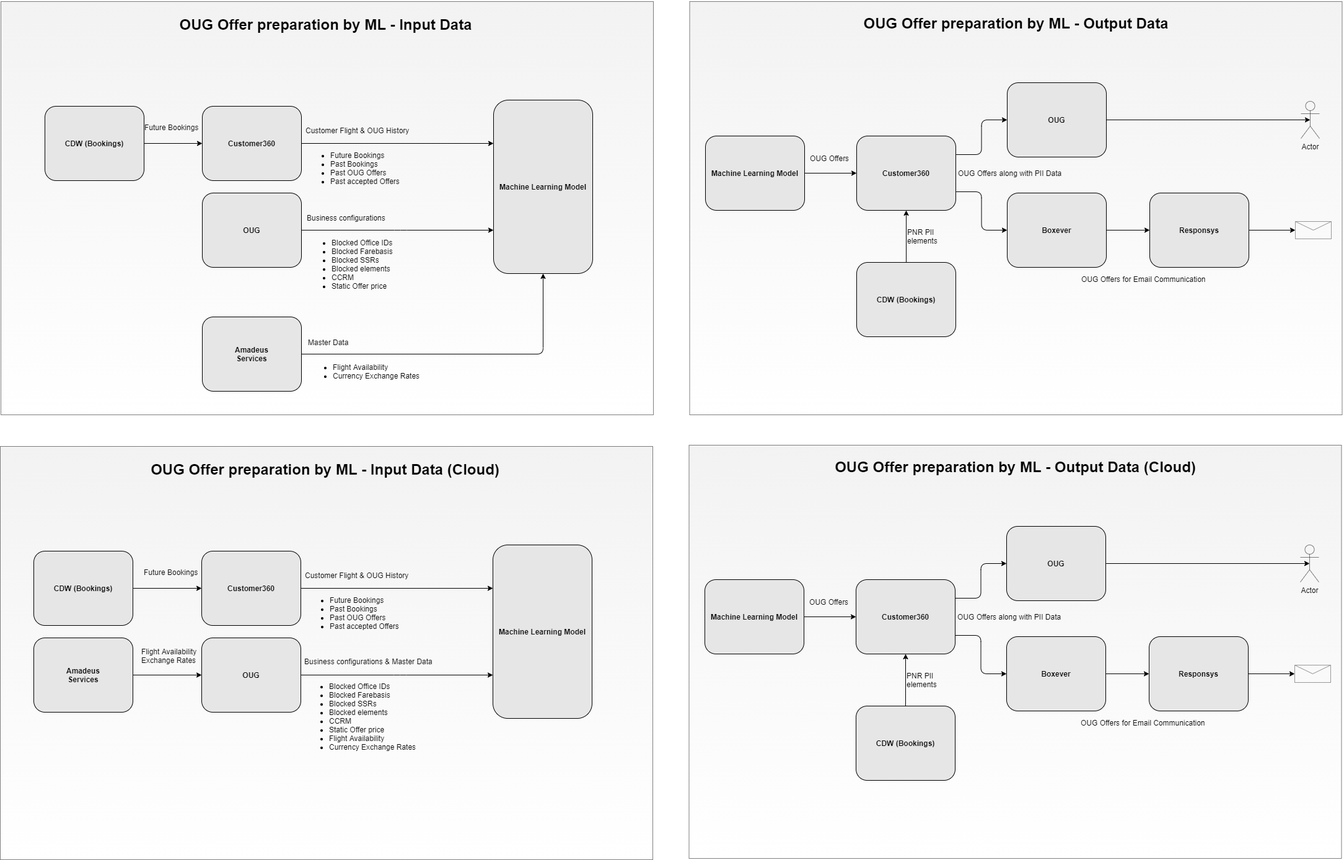
Earlier version of the draw.io export OUG ML.drawio.png (NarendraGangineni/mycode). Source tidied: cells renumbered, new cells last; positions are measured from the earlier drawing's top-left corner, leaving out a move shared by most shapes.
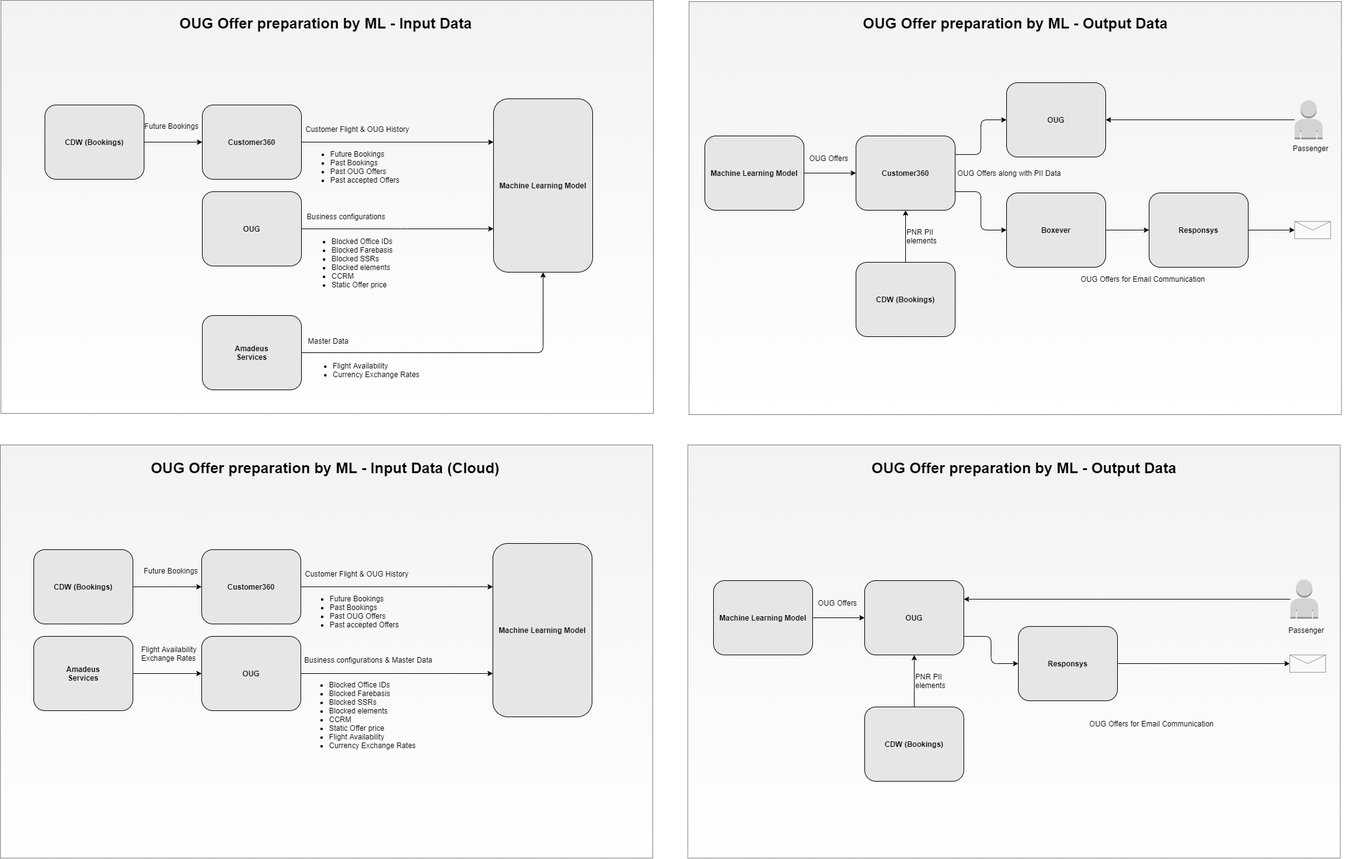
The same diagram one commit later.

Change to the diagram source:
```diff
@@ -3,7 +3,7 @@
     <mxCell id="0" />
     <mxCell id="1" parent="0" />
     <mxCell id="2" style="group;" parent="1" vertex="1">
-      <mxGeometry x="1115" width="1053" height="667" as="geometry" />
+      <mxGeometry x="1114" y="2" width="1053" height="667" as="geometry" />
     </mxCell>
     <mxCell id="3" style="rounded=0;whiteSpace=wrap;html=1;strokeColor=default;fillColor=#E6E6E6;align=left;gradientColor=#ffffff;glass=0;sketch=0;shadow=0;opacity=50;" parent="2" vertex="1">
       <mxGeometry x="-2.5" y="2" width="1053" height="667" as="geometry" />
@@ -23,7 +23,7 @@
     <mxCell id="8" value="&lt;b&gt;Customer360&lt;/b&gt;" style="rounded=1;whiteSpace=wrap;html=1;strokeColor=default;fillColor=#E6E6E6;" parent="2" vertex="1">
       <mxGeometry x="267" y="219" width="160" height="120" as="geometry" />
     </mxCell>
-    <mxCell id="9" style="edgeStyle=orthogonalEdgeStyle;rounded=1;jettySize=auto;html=1;entryX=0.5;entryY=0.5;entryDx=0;entryDy=0;entryPerimeter=0;startArrow=none;startFill=0;strokeWidth=1;fillColor=none;exitX=1;exitY=0.5;exitDx=0;exitDy=0;" parent="2" edge="1" source="10" target="19">
+    <mxCell id="9" style="edgeStyle=orthogonalEdgeStyle;rounded=1;jettySize=auto;html=1;startArrow=classic;startFill=1;strokeWidth=1;fillColor=none;exitX=1;exitY=0.5;exitDx=0;exitDy=0;endArrow=none;endFill=0;" parent="2" edge="1" source="10" target="79">
       <mxGeometry relative="1" as="geometry" />
     </mxCell>
     <mxCell id="10" value="&lt;b&gt;OUG&lt;/b&gt;" style="rounded=1;whiteSpace=wrap;html=1;strokeColor=default;fillColor=#E6E6E6;" parent="2" vertex="1">
@@ -53,9 +53,6 @@
     <mxCell id="18" value="&lt;b&gt;Responsys&lt;/b&gt;" style="rounded=1;whiteSpace=wrap;html=1;strokeColor=default;fillColor=#E6E6E6;" parent="2" vertex="1">
       <mxGeometry x="740" y="311" width="160" height="120" as="geometry" />
     </mxCell>
-    <mxCell id="19" value="Actor" style="shape=umlActor;verticalLabelPosition=bottom;verticalAlign=top;html=1;outlineConnect=0;rounded=0;shadow=0;glass=0;sketch=0;strokeColor=default;fillColor=none;gradientColor=#ffffff;opacity=50;" parent="2" vertex="1">
-      <mxGeometry x="984" y="163" width="30" height="60" as="geometry" />
-    </mxCell>
     <mxCell id="20" style="verticalLabelPosition=bottom;shadow=0;dashed=0;align=center;html=1;verticalAlign=top;strokeWidth=1;shape=mxgraph.mockup.misc.mail2;strokeColor=#999999;rounded=0;glass=0;sketch=0;fillColor=none;gradientColor=#ffffff;" parent="2" vertex="1">
       <mxGeometry x="975" y="357" width="58" height="28" as="geometry" />
     </mxCell>
@@ -68,6 +65,12 @@
     <mxCell id="23" value="&lt;div&gt;PNR PII elements&lt;/div&gt;" style="text;html=1;strokeColor=none;fillColor=none;align=left;verticalAlign=middle;whiteSpace=wrap;rounded=0;dashed=1;" parent="2" vertex="1">
       <mxGeometry x="347" y="364" width="71" height="34" as="geometry" />
     </mxCell>
+    <mxCell id="78" value="Passenger" style="text;html=1;strokeColor=none;fillColor=none;align=center;verticalAlign=middle;whiteSpace=wrap;rounded=0;shadow=0;glass=0;sketch=0;" parent="2" vertex="1">
+      <mxGeometry x="971" y="224" width="60" height="30" as="geometry" />
+    </mxCell>
+    <mxCell id="79" style="outlineConnect=0;dashed=0;verticalLabelPosition=bottom;verticalAlign=top;align=center;html=1;shape=mxgraph.aws3.user;fillColor=#D2D3D3;gradientColor=none;rounded=0;shadow=0;glass=0;sketch=0;strokeColor=default;" parent="2" vertex="1">
+      <mxGeometry x="975" y="161.5" width="45" height="63" as="geometry" />
+    </mxCell>
     <mxCell id="24" style="group;" parent="1" vertex="1">
       <mxGeometry x="1" y="2" width="1053" height="667" as="geometry" />
     </mxCell>
@@ -121,72 +124,6 @@
     <mxCell id="39" value="&lt;div&gt;Future Bookings&lt;/div&gt;" style="text;html=1;strokeColor=none;fillColor=none;align=left;verticalAlign=middle;whiteSpace=wrap;rounded=0;dashed=1;" parent="24" vertex="1">
       <mxGeometry x="230" y="187" width="99" height="32" as="geometry" />
     </mxCell>
-    <mxCell id="40" style="group;" parent="1" vertex="1">
-      <mxGeometry x="1114" y="716" width="1053" height="667" as="geometry" />
-    </mxCell>
-    <mxCell id="41" style="rounded=0;whiteSpace=wrap;html=1;strokeColor=default;fillColor=#E6E6E6;align=left;gradientColor=#ffffff;glass=0;sketch=0;shadow=0;opacity=50;" parent="40" vertex="1">
-      <mxGeometry x="-2.5" y="2" width="1053" height="667" as="geometry" />
-    </mxCell>
-    <mxCell id="42" value="OUG Offer preparation by ML - Output Data (Cloud)" style="text;strokeColor=none;fillColor=none;html=1;fontSize=24;fontStyle=1;verticalAlign=middle;align=center;" parent="40" vertex="1">
-      <mxGeometry x="79" y="17" width="890" height="40" as="geometry" />
-    </mxCell>
-    <mxCell id="43" style="edgeStyle=orthogonalEdgeStyle;rounded=1;jettySize=auto;html=1;exitX=1;exitY=0.75;exitDx=0;exitDy=0;startArrow=none;startFill=0;strokeWidth=1;fillColor=none;entryX=0;entryY=0.5;entryDx=0;entryDy=0;" parent="40" edge="1" source="46" target="54">
-      <mxGeometry relative="1" as="geometry" />
-    </mxCell>
-    <mxCell id="44" style="edgeStyle=orthogonalEdgeStyle;rounded=1;jettySize=auto;html=1;exitX=1;exitY=0.25;exitDx=0;exitDy=0;entryX=0;entryY=0.5;entryDx=0;entryDy=0;startArrow=none;startFill=0;strokeWidth=1;fillColor=none;" parent="40" edge="1" source="46" target="48">
-      <mxGeometry relative="1" as="geometry" />
-    </mxCell>
-    <mxCell id="45" style="edgeStyle=orthogonalEdgeStyle;rounded=1;jettySize=auto;html=1;startArrow=classic;startFill=1;strokeWidth=1;fillColor=none;endArrow=none;endFill=0;" parent="40" edge="1" source="46" target="60">
-      <mxGeometry relative="1" as="geometry" />
-    </mxCell>
-    <mxCell id="46" value="&lt;b&gt;Customer360&lt;/b&gt;" style="rounded=1;whiteSpace=wrap;html=1;strokeColor=default;fillColor=#E6E6E6;" parent="40" vertex="1">
-      <mxGeometry x="267" y="219" width="160" height="120" as="geometry" />
-    </mxCell>
-    <mxCell id="47" style="edgeStyle=orthogonalEdgeStyle;rounded=1;jettySize=auto;html=1;entryX=0.5;entryY=0.5;entryDx=0;entryDy=0;entryPerimeter=0;startArrow=none;startFill=0;strokeWidth=1;fillColor=none;exitX=1;exitY=0.5;exitDx=0;exitDy=0;" parent="40" edge="1" source="48" target="57">
-      <mxGeometry relative="1" as="geometry" />
-    </mxCell>
-    <mxCell id="48" value="&lt;b&gt;OUG&lt;/b&gt;" style="rounded=1;whiteSpace=wrap;html=1;strokeColor=default;fillColor=#E6E6E6;" parent="40" vertex="1">
-      <mxGeometry x="510" y="133" width="160" height="120" as="geometry" />
-    </mxCell>
-    <mxCell id="49" value="&lt;div&gt;OUG Offers&lt;/div&gt;" style="text;html=1;strokeColor=none;fillColor=none;align=left;verticalAlign=middle;whiteSpace=wrap;rounded=0;dashed=1;" parent="40" vertex="1">
-      <mxGeometry x="190" y="238" width="71" height="34" as="geometry" />
-    </mxCell>
-    <mxCell id="50" style="edgeStyle=orthogonalEdgeStyle;rounded=1;jettySize=auto;html=1;entryX=0;entryY=0.5;entryDx=0;entryDy=0;startArrow=none;startFill=0;strokeWidth=1;fillColor=none;" parent="40" edge="1" source="51" target="46">
-      <mxGeometry relative="1" as="geometry" />
-    </mxCell>
-    <mxCell id="51" value="&lt;b&gt;Machine Learning Model&lt;/b&gt;" style="rounded=1;whiteSpace=wrap;html=1;strokeColor=default;fillColor=#E6E6E6;" parent="40" vertex="1">
-      <mxGeometry x="23" y="219" width="160" height="120" as="geometry" />
-    </mxCell>
-    <mxCell id="52" value="OUG Offers along with PII Data" style="text;html=1;strokeColor=none;fillColor=none;align=left;verticalAlign=middle;whiteSpace=wrap;rounded=0;dashed=1;" parent="40" vertex="1">
-      <mxGeometry x="429" y="260.5" width="195" height="37" as="geometry" />
-    </mxCell>
-    <mxCell id="53" style="edgeStyle=orthogonalEdgeStyle;rounded=1;jettySize=auto;html=1;exitX=1;exitY=0.5;exitDx=0;exitDy=0;startArrow=none;startFill=0;strokeWidth=1;fillColor=none;" parent="40" edge="1" source="54" target="56">
-      <mxGeometry relative="1" as="geometry" />
-    </mxCell>
-    <mxCell id="54" value="&lt;b&gt;Boxever&lt;/b&gt;" style="rounded=1;whiteSpace=wrap;html=1;strokeColor=default;fillColor=#E6E6E6;" parent="40" vertex="1">
-      <mxGeometry x="510" y="311" width="160" height="120" as="geometry" />
-    </mxCell>
-    <mxCell id="55" style="edgeStyle=orthogonalEdgeStyle;rounded=1;jettySize=auto;html=1;exitX=1;exitY=0.5;exitDx=0;exitDy=0;startArrow=none;startFill=0;strokeWidth=1;fillColor=none;" parent="40" edge="1" source="56" target="58">
-      <mxGeometry relative="1" as="geometry" />
-    </mxCell>
-    <mxCell id="56" value="&lt;b&gt;Responsys&lt;/b&gt;" style="rounded=1;whiteSpace=wrap;html=1;strokeColor=default;fillColor=#E6E6E6;" parent="40" vertex="1">
-      <mxGeometry x="740" y="311" width="160" height="120" as="geometry" />
-    </mxCell>
-    <mxCell id="57" value="Actor" style="shape=umlActor;verticalLabelPosition=bottom;verticalAlign=top;html=1;outlineConnect=0;rounded=0;shadow=0;glass=0;sketch=0;strokeColor=default;fillColor=none;gradientColor=#ffffff;opacity=50;" parent="40" vertex="1">
-      <mxGeometry x="984" y="163" width="30" height="60" as="geometry" />
-    </mxCell>
-    <mxCell id="58" style="verticalLabelPosition=bottom;shadow=0;dashed=0;align=center;html=1;verticalAlign=top;strokeWidth=1;shape=mxgraph.mockup.misc.mail2;strokeColor=#999999;rounded=0;glass=0;sketch=0;fillColor=none;gradientColor=#ffffff;" parent="40" vertex="1">
-      <mxGeometry x="975" y="357" width="58" height="28" as="geometry" />
-    </mxCell>
-    <mxCell id="59" value="OUG Offers for Email Communication" style="text;html=1;strokeColor=none;fillColor=none;align=left;verticalAlign=middle;whiteSpace=wrap;rounded=0;dashed=1;" parent="40" vertex="1">
-      <mxGeometry x="628" y="431" width="207" height="37" as="geometry" />
-    </mxCell>
-    <mxCell id="60" value="&lt;b&gt;CDW (Bookings)&lt;/b&gt;" style="rounded=1;whiteSpace=wrap;html=1;strokeColor=default;fillColor=#E6E6E6;" parent="40" vertex="1">
-      <mxGeometry x="267" y="423" width="160" height="120" as="geometry" />
-    </mxCell>
-    <mxCell id="61" value="&lt;div&gt;PNR PII elements&lt;/div&gt;" style="text;html=1;strokeColor=none;fillColor=none;align=left;verticalAlign=middle;whiteSpace=wrap;rounded=0;dashed=1;" parent="40" vertex="1">
-      <mxGeometry x="347" y="364" width="71" height="34" as="geometry" />
-    </mxCell>
     <mxCell id="62" style="group;" parent="1" vertex="1">
       <mxGeometry y="720" width="1053" height="667" as="geometry" />
     </mxCell>
@@ -240,5 +177,59 @@
     <mxCell id="77" value="&lt;div&gt;Future Bookings&lt;/div&gt;" style="text;html=1;strokeColor=none;fillColor=none;align=left;verticalAlign=middle;whiteSpace=wrap;rounded=0;dashed=1;" parent="62" vertex="1">
       <mxGeometry x="230" y="187" width="99" height="32" as="geometry" />
     </mxCell>
+    <mxCell id="80" style="group;" parent="1" vertex="1">
+      <mxGeometry x="1128" y="720" width="1053" height="667" as="geometry" />
+    </mxCell>
+    <mxCell id="81" style="rounded=0;whiteSpace=wrap;html=1;strokeColor=default;fillColor=#E6E6E6;align=left;gradientColor=#ffffff;glass=0;sketch=0;shadow=0;opacity=50;" parent="80" vertex="1">
+      <mxGeometry x="-18.5" width="1053" height="667" as="geometry" />
+    </mxCell>
+    <mxCell id="82" value="OUG Offer preparation by ML - Output Data" style="text;strokeColor=none;fillColor=none;html=1;fontSize=24;fontStyle=1;verticalAlign=middle;align=center;" parent="80" vertex="1">
+      <mxGeometry x="79" y="17" width="890" height="40" as="geometry" />
+    </mxCell>
+    <mxCell id="83" style="edgeStyle=orthogonalEdgeStyle;rounded=1;jettySize=auto;html=1;exitX=1;exitY=0.75;exitDx=0;exitDy=0;startArrow=none;startFill=0;strokeWidth=1;fillColor=none;entryX=0;entryY=0.5;entryDx=0;entryDy=0;" parent="80" edge="1" source="48" target="56">
+      <mxGeometry relative="1" as="geometry" />
+    </mxCell>
+    <mxCell id="84" style="edgeStyle=orthogonalEdgeStyle;rounded=1;jettySize=auto;html=1;startArrow=classic;startFill=1;strokeWidth=1;fillColor=none;endArrow=none;endFill=0;" parent="80" edge="1" source="48" target="60">
+      <mxGeometry relative="1" as="geometry" />
+    </mxCell>
+    <mxCell id="48" value="&lt;b&gt;OUG&lt;/b&gt;" style="rounded=1;whiteSpace=wrap;html=1;strokeColor=default;fillColor=#E6E6E6;" parent="80" vertex="1">
+      <mxGeometry x="267" y="219" width="160" height="120" as="geometry" />
+    </mxCell>
+    <mxCell id="85" style="edgeStyle=orthogonalEdgeStyle;rounded=1;jettySize=auto;html=1;startArrow=classic;startFill=1;strokeWidth=1;fillColor=none;exitX=1;exitY=0.25;exitDx=0;exitDy=0;endArrow=none;endFill=0;" parent="80" edge="1" source="48" target="90">
+      <mxGeometry relative="1" as="geometry" />
+    </mxCell>
+    <mxCell id="49" value="&lt;div&gt;OUG Offers&lt;/div&gt;" style="text;html=1;strokeColor=none;fillColor=none;align=left;verticalAlign=middle;whiteSpace=wrap;rounded=0;dashed=1;" parent="80" vertex="1">
+      <mxGeometry x="190" y="238" width="71" height="34" as="geometry" />
+    </mxCell>
+    <mxCell id="86" style="edgeStyle=orthogonalEdgeStyle;rounded=1;jettySize=auto;html=1;entryX=0;entryY=0.5;entryDx=0;entryDy=0;startArrow=none;startFill=0;strokeWidth=1;fillColor=none;" parent="80" edge="1" source="51" target="48">
+      <mxGeometry relative="1" as="geometry" />
+    </mxCell>
+    <mxCell id="51" value="&lt;b&gt;Machine Learning Model&lt;/b&gt;" style="rounded=1;whiteSpace=wrap;html=1;strokeColor=default;fillColor=#E6E6E6;" parent="80" vertex="1">
+      <mxGeometry x="23" y="219" width="160" height="120" as="geometry" />
+    </mxCell>
+    <mxCell id="87" style="edgeStyle=orthogonalEdgeStyle;rounded=1;jettySize=auto;html=1;exitX=1;exitY=0.5;exitDx=0;exitDy=0;startArrow=none;startFill=0;strokeWidth=1;fillColor=none;" parent="80" edge="1" source="56" target="88">
+      <mxGeometry relative="1" as="geometry" />
+    </mxCell>
+    <mxCell id="56" value="&lt;b&gt;Responsys&lt;/b&gt;" style="rounded=1;whiteSpace=wrap;html=1;strokeColor=default;fillColor=#E6E6E6;" parent="80" vertex="1">
+      <mxGeometry x="515" y="293" width="160" height="120" as="geometry" />
+    </mxCell>
+    <mxCell id="88" style="verticalLabelPosition=bottom;shadow=0;dashed=0;align=center;html=1;verticalAlign=top;strokeWidth=1;shape=mxgraph.mockup.misc.mail2;strokeColor=#999999;rounded=0;glass=0;sketch=0;fillColor=none;gradientColor=#ffffff;" parent="80" vertex="1">
+      <mxGeometry x="953" y="339" width="58" height="28" as="geometry" />
+    </mxCell>
+    <mxCell id="59" value="OUG Offers for Email Communication" style="text;html=1;strokeColor=none;fillColor=none;align=left;verticalAlign=middle;whiteSpace=wrap;rounded=0;dashed=1;" parent="80" vertex="1">
+      <mxGeometry x="628" y="431" width="207" height="37" as="geometry" />
+    </mxCell>
+    <mxCell id="60" value="&lt;b&gt;CDW (Bookings)&lt;/b&gt;" style="rounded=1;whiteSpace=wrap;html=1;strokeColor=default;fillColor=#E6E6E6;" parent="80" vertex="1">
+      <mxGeometry x="267" y="423" width="160" height="120" as="geometry" />
+    </mxCell>
+    <mxCell id="61" value="&lt;div&gt;PNR PII elements&lt;/div&gt;" style="text;html=1;strokeColor=none;fillColor=none;align=left;verticalAlign=middle;whiteSpace=wrap;rounded=0;dashed=1;" parent="80" vertex="1">
+      <mxGeometry x="347" y="364" width="71" height="34" as="geometry" />
+    </mxCell>
+    <mxCell id="89" value="Passenger" style="text;html=1;strokeColor=none;fillColor=none;align=center;verticalAlign=middle;whiteSpace=wrap;rounded=0;shadow=0;glass=0;sketch=0;" parent="80" vertex="1">
+      <mxGeometry x="950" y="284" width="60" height="30" as="geometry" />
+    </mxCell>
+    <mxCell id="90" style="outlineConnect=0;dashed=0;verticalLabelPosition=bottom;verticalAlign=top;align=center;html=1;shape=mxgraph.aws3.user;fillColor=#D2D3D3;gradientColor=none;rounded=0;shadow=0;glass=0;sketch=0;strokeColor=default;" parent="80" vertex="1">
+      <mxGeometry x="954" y="217.5" width="45" height="63" as="geometry" />
+    </mxCell>
   </root>
 </mxGraphModel>
```
